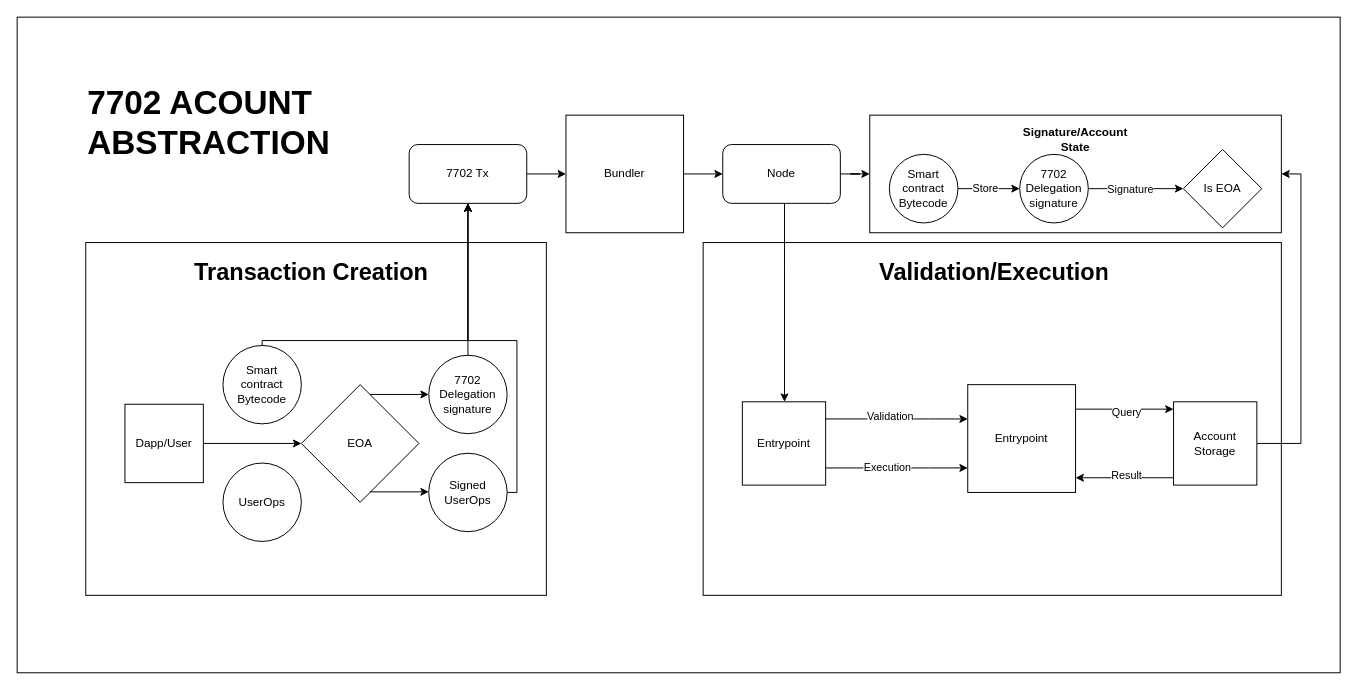
ali-05-ahmed/Concept-Diagrams keeps this draw.io diagram as AA-7702.drawio. Above is the earlier version. Source tidied: cells renumbered, new cells numbered last; positions are measured from the earlier drawing's top-left corner, leaving out a move shared by most shapes. Both pictures are drawn from the tidied source at 98%, with x=0, y=0 at pixel (17, 17).
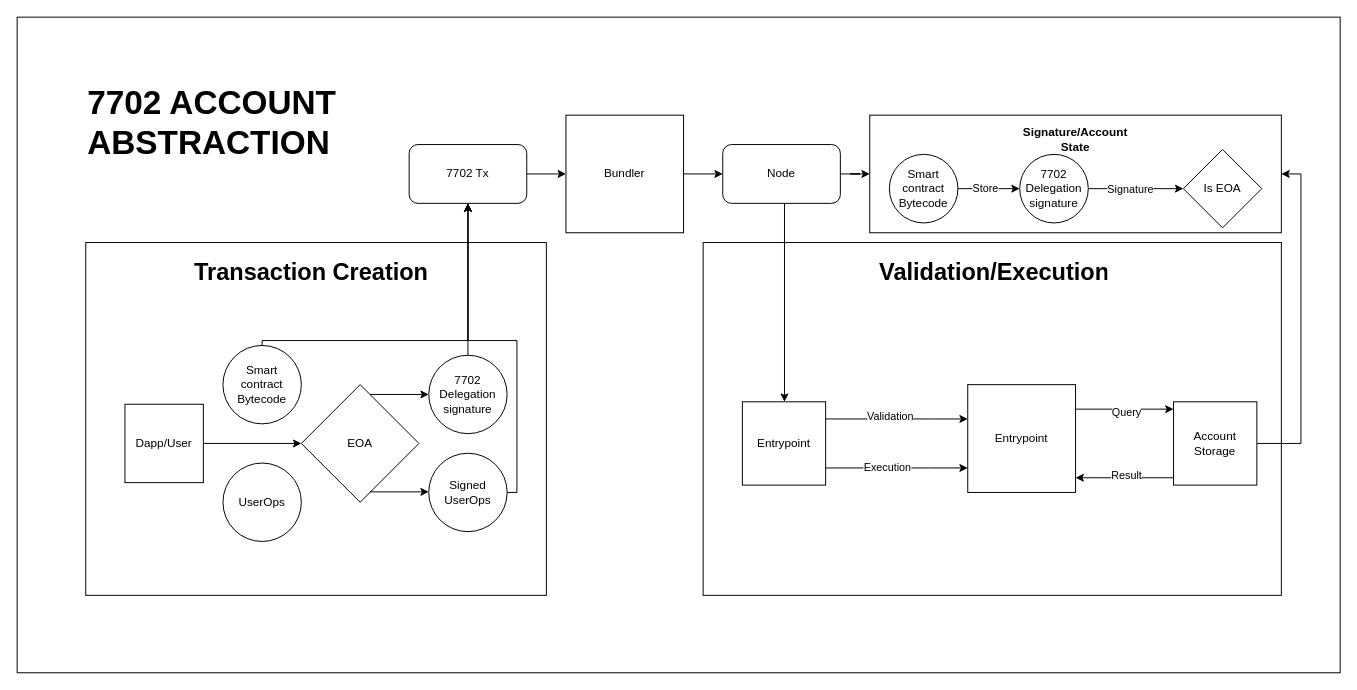
The same page after the edit.

The edit, as a diff of the source:
```diff
@@
-    <mxCell id="47" value="&lt;h1 style=&quot;margin-top: 0px;&quot;&gt;&lt;font style=&quot;font-size: 34px;&quot;&gt;7702 ACOUNT ABSTRACTION&lt;/font&gt;&lt;/h1&gt;" style="text;html=1;whiteSpace=wrap;overflow=hidden;rounded=0;" parent="1" vertex="1">
-      <mxGeometry x="70" y="60" width="250" height="100" as="geometry" />
+    <mxCell id="47" value="&lt;h1 style=&quot;margin-top: 0px;&quot;&gt;&lt;font style=&quot;font-size: 34px;&quot;&gt;7702 ACCOUNT ABSTRACTION&lt;/font&gt;&lt;/h1&gt;" style="text;html=1;whiteSpace=wrap;overflow=hidden;rounded=0;" parent="1" vertex="1">
+      <mxGeometry x="70" y="60" width="270" height="100" as="geometry" />
     </mxCell>
```
